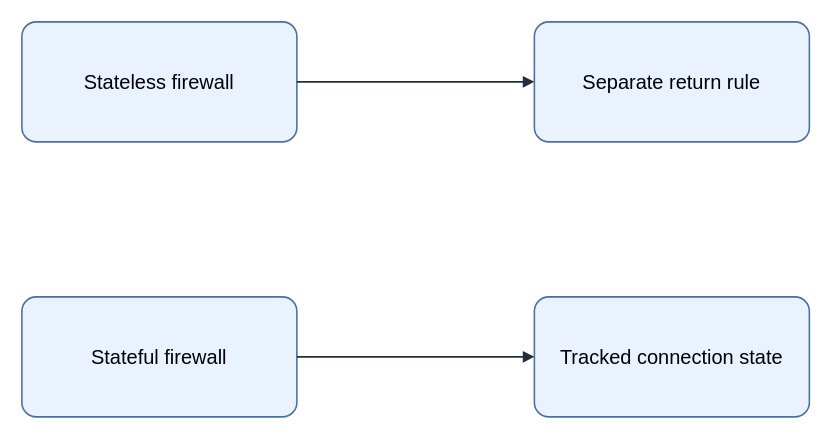
Above: assets/img/network/stateless-stateful-firewall.drawio in KKamJi98/kkamji98.github.io (draw.io), before the change. Source tidied: cells renumbered, new cells numbered last; positions are measured from the earlier drawing's top-left corner, leaving out a move shared by most shapes. Both pictures are drawn from the tidied source at 125%, with x=0, y=0 at pixel (21, 21).
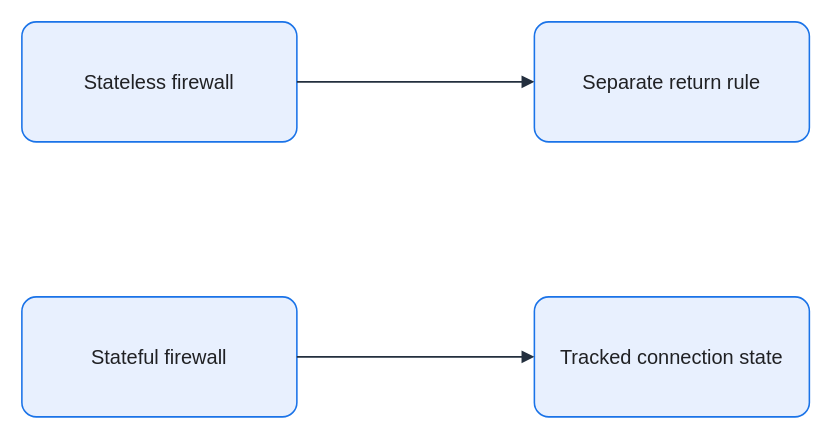
Above is the later version.

Diff of the diagram source:
```diff
@@
 <mxGraphModel background="#FFFFFF">
   <root>
     <mxCell id="0" />
     <mxCell id="1" parent="0" />
-    <mxCell id="2" value="Stateless firewall" style="rounded=1;arcSize=12;whiteSpace=wrap;html=0;fillColor=#EAF2FF;strokeColor=#4A6FA5;strokeWidth=1.25;fontColor=#000000;fontSize=16;align=center;verticalAlign=middle;spacing=8;shadow=0;" parent="1" vertex="1">
+    <mxCell id="2" value="Stateless firewall" style="rounded=1;arcSize=12;whiteSpace=wrap;html=0;fillColor=#E8F0FE;strokeColor=#1A73E8;strokeWidth=1.25;fontColor=#202124;fontSize=16;align=center;verticalAlign=middle;spacing=8;shadow=0;" parent="1" vertex="1">
       <mxGeometry width="220" height="96" as="geometry" />
     </mxCell>
-    <mxCell id="3" value="Separate return rule" style="rounded=1;arcSize=12;whiteSpace=wrap;html=0;fillColor=#EAF2FF;strokeColor=#4A6FA5;strokeWidth=1.25;fontColor=#000000;fontSize=16;align=center;verticalAlign=middle;spacing=8;shadow=0;" parent="1" vertex="1">
+    <mxCell id="3" value="Separate return rule" style="rounded=1;arcSize=12;whiteSpace=wrap;html=0;fillColor=#E8F0FE;strokeColor=#1A73E8;strokeWidth=1.25;fontColor=#202124;fontSize=16;align=center;verticalAlign=middle;spacing=8;shadow=0;" parent="1" vertex="1">
       <mxGeometry x="410" width="220" height="96" as="geometry" />
     </mxCell>
-    <mxCell id="4" value="Stateful firewall" style="rounded=1;arcSize=12;whiteSpace=wrap;html=0;fillColor=#EAF2FF;strokeColor=#4A6FA5;strokeWidth=1.25;fontColor=#000000;fontSize=16;align=center;verticalAlign=middle;spacing=8;shadow=0;" parent="1" vertex="1">
+    <mxCell id="4" value="Stateful firewall" style="rounded=1;arcSize=12;whiteSpace=wrap;html=0;fillColor=#E8F0FE;strokeColor=#1A73E8;strokeWidth=1.25;fontColor=#202124;fontSize=16;align=center;verticalAlign=middle;spacing=8;shadow=0;" parent="1" vertex="1">
       <mxGeometry y="220" width="220" height="96" as="geometry" />
     </mxCell>
-    <mxCell id="5" value="Tracked connection state" style="rounded=1;arcSize=12;whiteSpace=wrap;html=0;fillColor=#EAF2FF;strokeColor=#4A6FA5;strokeWidth=1.25;fontColor=#000000;fontSize=16;align=center;verticalAlign=middle;spacing=8;shadow=0;" parent="1" vertex="1">
+    <mxCell id="5" value="Tracked connection state" style="rounded=1;arcSize=12;whiteSpace=wrap;html=0;fillColor=#E8F0FE;strokeColor=#1A73E8;strokeWidth=1.25;fontColor=#202124;fontSize=16;align=center;verticalAlign=middle;spacing=8;shadow=0;" parent="1" vertex="1">
       <mxGeometry x="410" y="220" width="220" height="96" as="geometry" />
     </mxCell>
-    <mxCell id="6" style="edgeStyle=orthogonalEdgeStyle;rounded=0;jettySize=auto;html=0;endArrow=block;endFill=1;strokeColor=#232F3E;strokeWidth=1.25;fontColor=#000000;labelBackgroundColor=none;exitX=1;exitY=0.5;exitDx=0;exitDy=0;entryX=0;entryY=0.5;entryDx=0;entryDy=0;" parent="1" edge="1" source="2" target="3">
+    <mxCell id="6" style="edgeStyle=orthogonalEdgeStyle;rounded=0;jettySize=auto;html=0;endArrow=block;endFill=1;strokeColor=#232F3E;strokeWidth=1.25;fontColor=#202124;labelBackgroundColor=none;exitX=1;exitY=0.5;exitDx=0;exitDy=0;entryX=0;entryY=0.5;entryDx=0;entryDy=0;endSize=7;" parent="1" edge="1" source="2" target="3">
       <mxGeometry relative="1" as="geometry" />
     </mxCell>
-    <mxCell id="7" style="edgeStyle=orthogonalEdgeStyle;rounded=0;jettySize=auto;html=0;endArrow=block;endFill=1;strokeColor=#232F3E;strokeWidth=1.25;fontColor=#000000;labelBackgroundColor=none;exitX=1;exitY=0.5;exitDx=0;exitDy=0;entryX=0;entryY=0.5;entryDx=0;entryDy=0;" parent="1" edge="1" source="4" target="5">
+    <mxCell id="7" style="edgeStyle=orthogonalEdgeStyle;rounded=0;jettySize=auto;html=0;endArrow=block;endFill=1;strokeColor=#232F3E;strokeWidth=1.25;fontColor=#202124;labelBackgroundColor=none;exitX=1;exitY=0.5;exitDx=0;exitDy=0;entryX=0;entryY=0.5;entryDx=0;entryDy=0;endSize=7;" parent="1" edge="1" source="4" target="5">
       <mxGeometry relative="1" as="geometry" />
     </mxCell>
   </root>
 </mxGraphModel>
```
